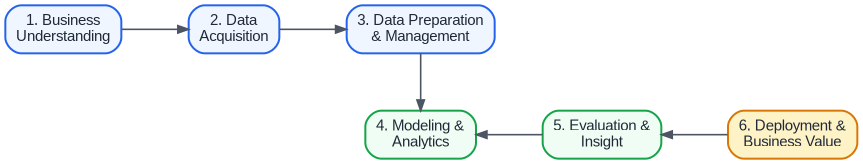
gadingnst/project-data-science keeps this Graphviz diagram as uas/crisp_dm.png. Above is the earlier version. Its source is kept beside it as uas/crisp_dm.dot.
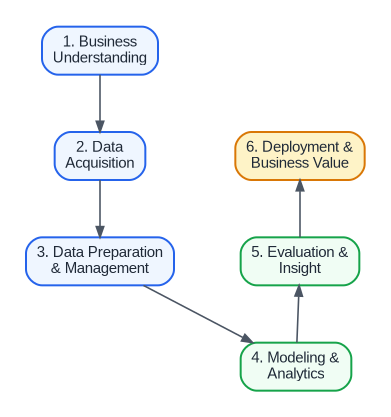
The same file after the commit.

Commit message:
[Nouva] fix(diagram): correct arrow directions for bottom row (4->5->6 from right to left)

Diff of the diagram source:
```diff
@@ -3,14 +3,16 @@
     node [shape=box, style="filled,rounded", fontname="Helvetica,Arial,sans-serif", fontsize=11, fontcolor="#1F2937", penwidth=1.5];
     edge [fontname="Helvetica,Arial,sans-serif", fontsize=9, color="#4B5563", penwidth=1.2, arrowsize=0.8];
 
-    {
+    subgraph cluster_top {
+        color=none;
         rank=same;
         step1 [label="1. Business\nUnderstanding", fillcolor="#EFF6FF", color="#2563EB"];
         step2 [label="2. Data\nAcquisition", fillcolor="#EFF6FF", color="#2563EB"];
         step3 [label="3. Data Preparation\n& Management", fillcolor="#EFF6FF", color="#2563EB"];
     }
 
-    {
+    subgraph cluster_bottom {
+        color=none;
         rank=same;
         step6 [label="6. Deployment &\nBusiness Value", fillcolor="#FEF3C7", color="#D97706"];
         step5 [label="5. Evaluation &\nInsight", fillcolor="#F0FDF4", color="#16A34A"];
@@ -19,6 +21,6 @@
 
     step1 -> step2 -> step3;
     step3 -> step4;
-    step4 -> step5 [dir=back];
-    step5 -> step6 [dir=back];
+    step5 -> step4 [dir=back];
+    step6 -> step5 [dir=back];
 }
```
